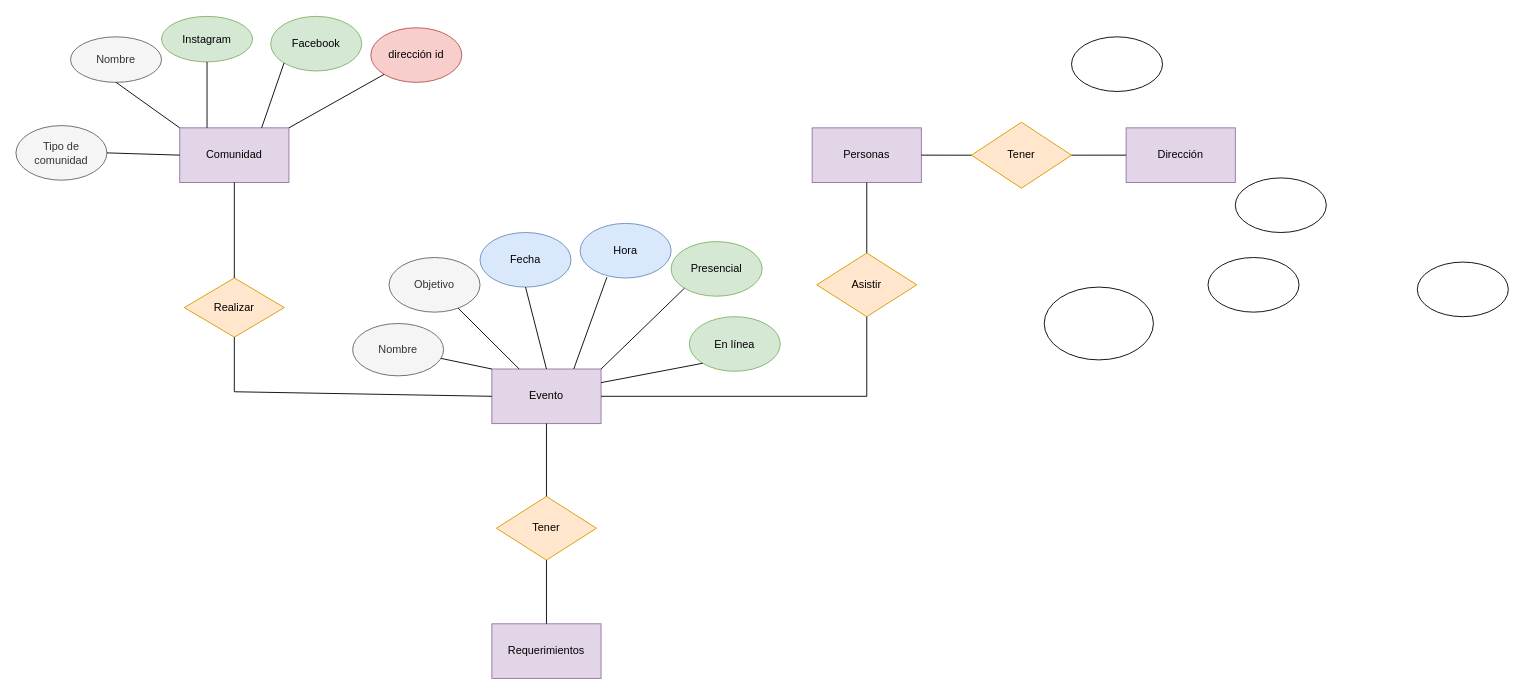
Earlier version of the draw.io diagram Untitled Diagram.drawio (MariaLag/DataBase). Source tidied: cells renumbered, new cells numbered last; positions are measured from the earlier drawing's top-left corner, leaving out a move shared by most shapes. Both pictures are drawn from the tidied source at 91%, with x=0, y=0 at pixel (15, 16).
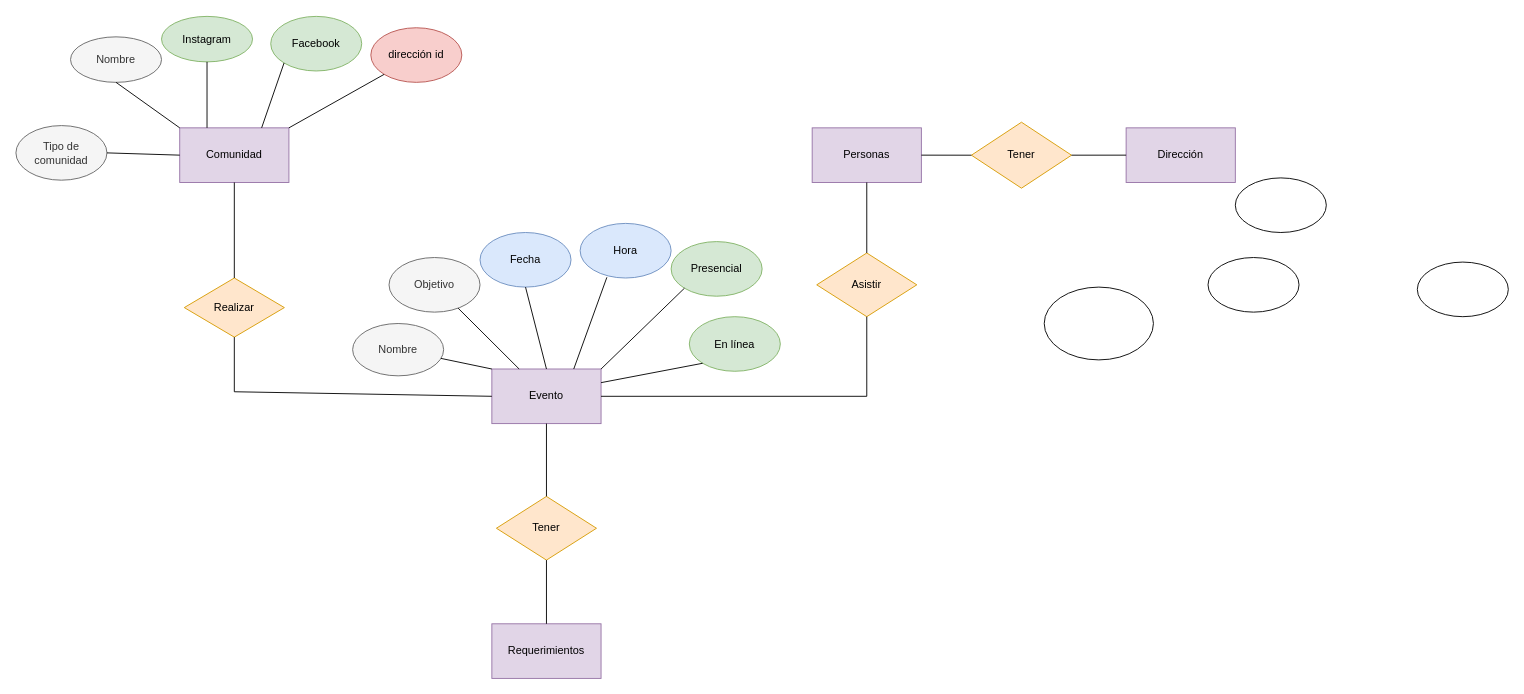
After the change.

What changed in the source:
```diff
@@
-    <mxCell id="44" style="ellipse;whiteSpace=wrap;html=1;" parent="1" vertex="1">
-      <mxGeometry x="1160" y="22" width="100" height="60" as="geometry" />
-    </mxCell>
```
